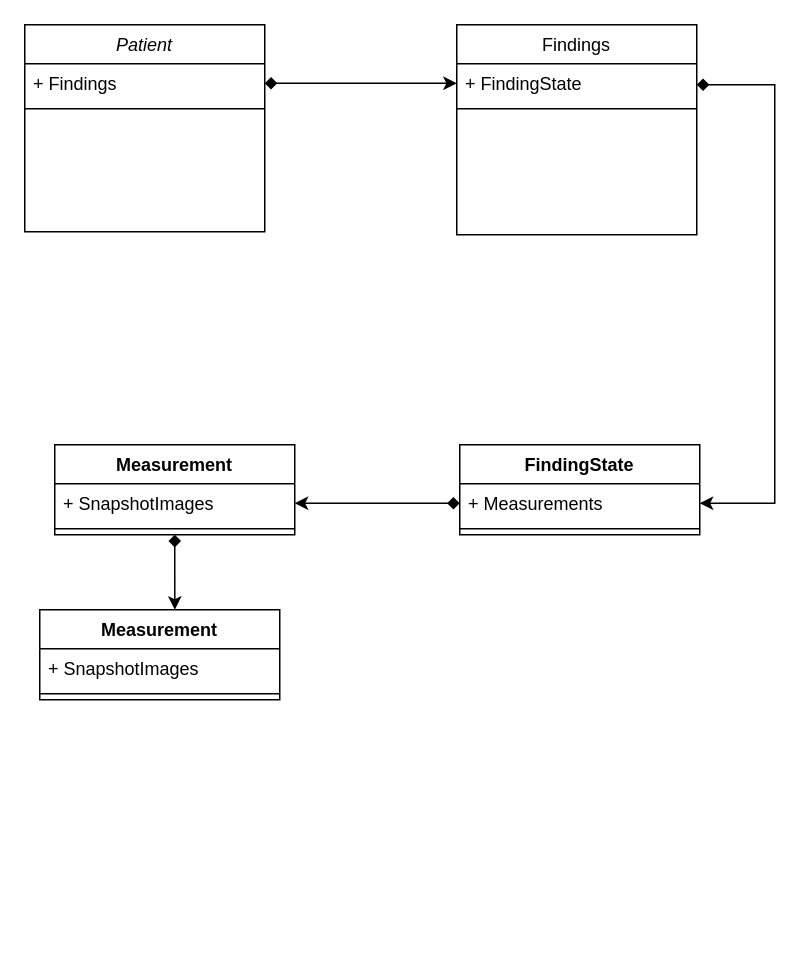
Before: PDMStructure.drawio in Ajijulhoque/Class-Diagrams, a draw.io diagram. Source tidied: cells renumbered, new cells numbered last; positions are measured from the earlier drawing's top-left corner, leaving out a move shared by most shapes. Both pictures are drawn from the tidied source at 150%, with x=0, y=0 at pixel (24, 24).
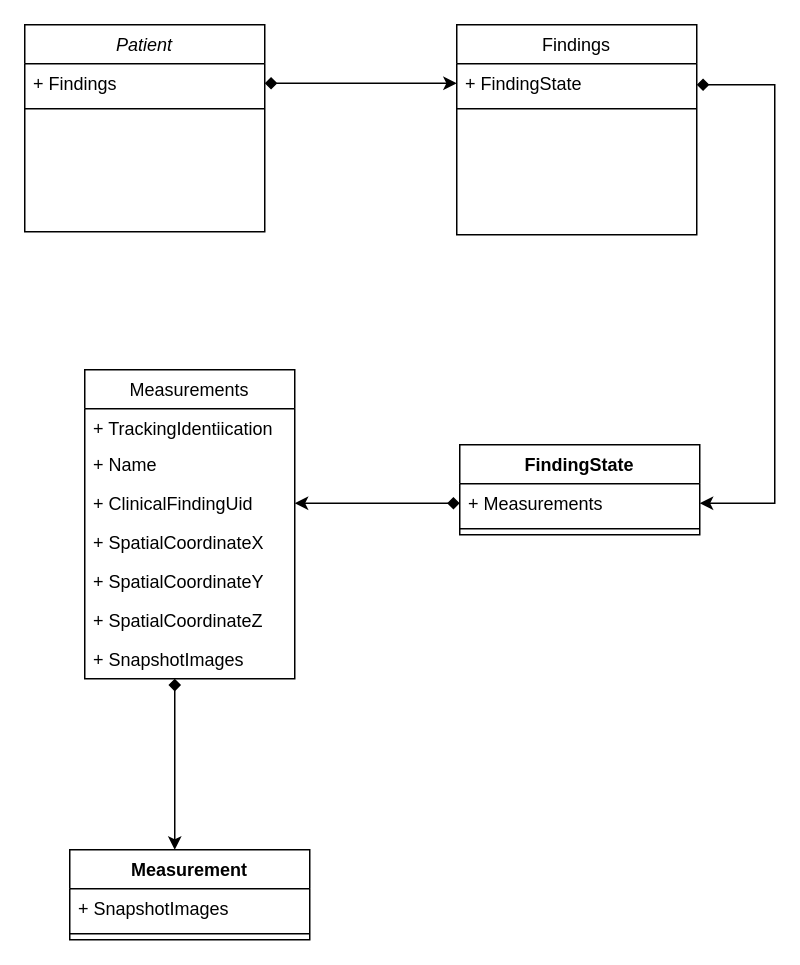
Above is the later version.

The change refers to these unchanged cells:
```xml
<mxCell id="10" value="+ Measurements" style="text;strokeColor=none;fillColor=none;align=left;verticalAlign=top;spacingLeft=4;spacingRight=4;overflow=hidden;points=[[0,0.5],[1,0.5]];portConstraint=eastwest;" parent="9" vertex="1">
  <mxGeometry y="26" width="160" height="26" as="geometry" />
</mxCell>
```

The edit, as a diff of the source:
```diff
@@
-    <mxCell id="12" value="Measurement" style="swimlane;fontStyle=1;align=center;verticalAlign=top;horizontal=1;startSize=26;" parent="1" vertex="1">
-      <mxGeometry x="20" y="280" width="160" height="60" as="geometry" />
-    </mxCell>
-    <mxCell id="13" value="+ SnapshotImages" style="text;strokeColor=none;fillColor=none;align=left;verticalAlign=top;spacingLeft=4;spacingRight=4;overflow=hidden;points=[[0,0.5],[1,0.5]];portConstraint=eastwest;" parent="12" vertex="1">
-      <mxGeometry y="26" width="160" height="26" as="geometry" />
-    </mxCell>
-    <mxCell id="14" style="line;strokeWidth=1;fillColor=none;align=left;verticalAlign=middle;spacingTop=-1;spacingLeft=3;spacingRight=3;labelPosition=right;" parent="12" vertex="1">
-      <mxGeometry y="52" width="160" height="8" as="geometry" />
-    </mxCell>
@@
-    <mxCell id="16" style="edgeStyle=orthogonalEdgeStyle;rounded=0;jettySize=auto;html=1;startArrow=diamond;startFill=1;entryX=1;entryY=0.5;entryDx=0;entryDy=0;exitX=0;exitY=0.5;exitDx=0;exitDy=0;" parent="1" edge="1" source="10" target="13">
-      <mxGeometry relative="1" as="geometry" />
+    <mxCell id="16" style="edgeStyle=orthogonalEdgeStyle;rounded=0;jettySize=auto;html=1;startArrow=diamond;startFill=1;entryX=1;entryY=0.5;entryDx=0;entryDy=0;exitX=0;exitY=0.5;exitDx=0;exitDy=0;" parent="1" edge="1" source="10">
+      <mxGeometry relative="1" as="geometry">
+        <mxPoint x="180" y="319" as="targetPoint" />
+      </mxGeometry>
     </mxCell>
     <mxCell id="17" value="Measurement" style="swimlane;fontStyle=1;align=center;verticalAlign=top;horizontal=1;startSize=26;" parent="1" vertex="1">
-      <mxGeometry x="10" y="390" width="160" height="60" as="geometry" />
+      <mxGeometry x="30" y="550" width="160" height="60" as="geometry" />
     </mxCell>
@@
-    <mxCell id="20" style="edgeStyle=orthogonalEdgeStyle;rounded=0;jettySize=auto;html=1;startArrow=diamond;startFill=1;entryX=0.563;entryY=0;entryDx=0;entryDy=0;exitX=0.5;exitY=1;exitDx=0;exitDy=0;entryPerimeter=0;" parent="1" edge="1" source="12" target="17">
-      <mxGeometry relative="1" as="geometry" />
+    <mxCell id="20" style="edgeStyle=orthogonalEdgeStyle;rounded=0;orthogonalLoop=1;jettySize=auto;html=1;startArrow=diamond;startFill=1;" parent="1" edge="1">
+      <mxGeometry relative="1" as="geometry">
+        <mxPoint x="100" y="436" as="sourcePoint" />
+        <mxPoint x="100" y="550" as="targetPoint" />
+      </mxGeometry>
     </mxCell>
+    <mxCell id="21" value="Measurements" style="swimlane;fontStyle=0;horizontal=1;startSize=26;fillColor=none;" parent="1" vertex="1">
+      <mxGeometry x="40" y="230" width="140" height="206" as="geometry" />
+    </mxCell>
+    <mxCell id="22" value="+ TrackingIdentiication" style="text;strokeColor=none;fillColor=none;align=left;verticalAlign=top;spacingLeft=4;spacingRight=4;overflow=hidden;" parent="21" vertex="1">
+      <mxGeometry y="26" width="140" height="24" as="geometry" />
+    </mxCell>
+    <mxCell id="23" value="+ Name" style="text;strokeColor=none;fillColor=none;align=left;verticalAlign=top;spacingLeft=4;spacingRight=4;overflow=hidden;" parent="21" vertex="1">
+      <mxGeometry y="50" width="140" height="26" as="geometry" />
+    </mxCell>
+    <mxCell id="24" value="+ ClinicalFindingUid&#10;" style="text;strokeColor=none;fillColor=none;align=left;verticalAlign=top;spacingLeft=4;spacingRight=4;overflow=hidden;" parent="21" vertex="1">
+      <mxGeometry y="76" width="140" height="26" as="geometry" />
+    </mxCell>
+    <mxCell id="25" value="+ SpatialCoordinateX&#10;" style="text;strokeColor=none;fillColor=none;align=left;verticalAlign=top;spacingLeft=4;spacingRight=4;overflow=hidden;" parent="21" vertex="1">
+      <mxGeometry y="102" width="140" height="26" as="geometry" />
+    </mxCell>
+    <mxCell id="26" value="+ SpatialCoordinateY" style="text;strokeColor=none;fillColor=none;align=left;verticalAlign=top;spacingLeft=4;spacingRight=4;overflow=hidden;" parent="21" vertex="1">
+      <mxGeometry y="128" width="140" height="26" as="geometry" />
+    </mxCell>
+    <mxCell id="27" value="+ SpatialCoordinateZ&#10;" style="text;strokeColor=none;fillColor=none;align=left;verticalAlign=top;spacingLeft=4;spacingRight=4;overflow=hidden;" parent="21" vertex="1">
+      <mxGeometry y="154" width="140" height="26" as="geometry" />
+    </mxCell>
+    <mxCell id="13" value="+ SnapshotImages&#10;" style="text;strokeColor=none;fillColor=none;align=left;verticalAlign=top;spacingLeft=4;spacingRight=4;overflow=hidden;points=[[0,0.5],[1,0.5]];portConstraint=eastwest;" parent="21" vertex="1">
+      <mxGeometry y="180" width="140" height="26" as="geometry" />
+    </mxCell>
```
